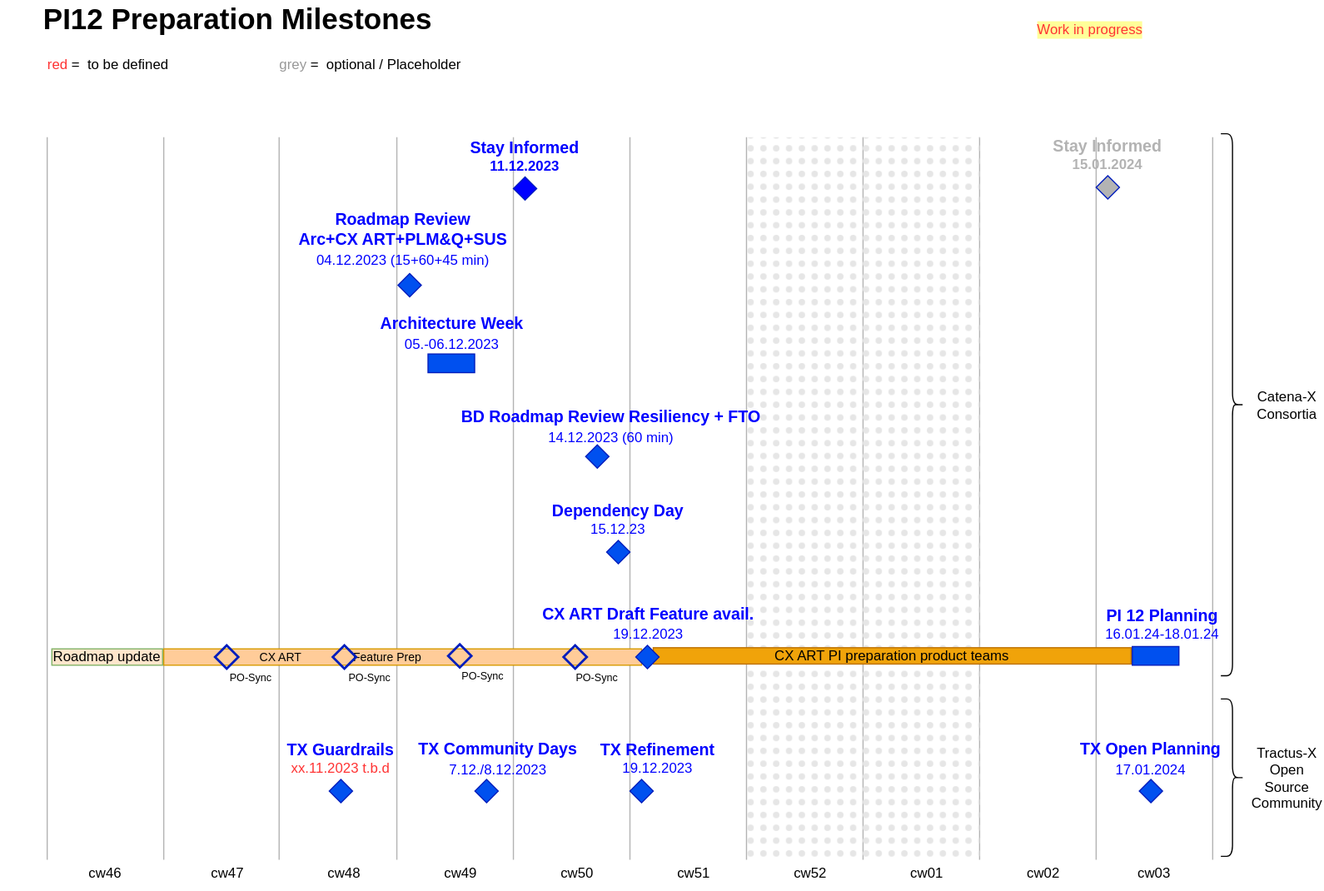
Above: PI12-Preparation-Timeline.drawio.svg in mabige/scratchpad (draw.io), before the change. Source tidied: cells renumbered, new cells last; positions are measured from the earlier drawing's top-left corner, leaving out a move shared by most shapes.
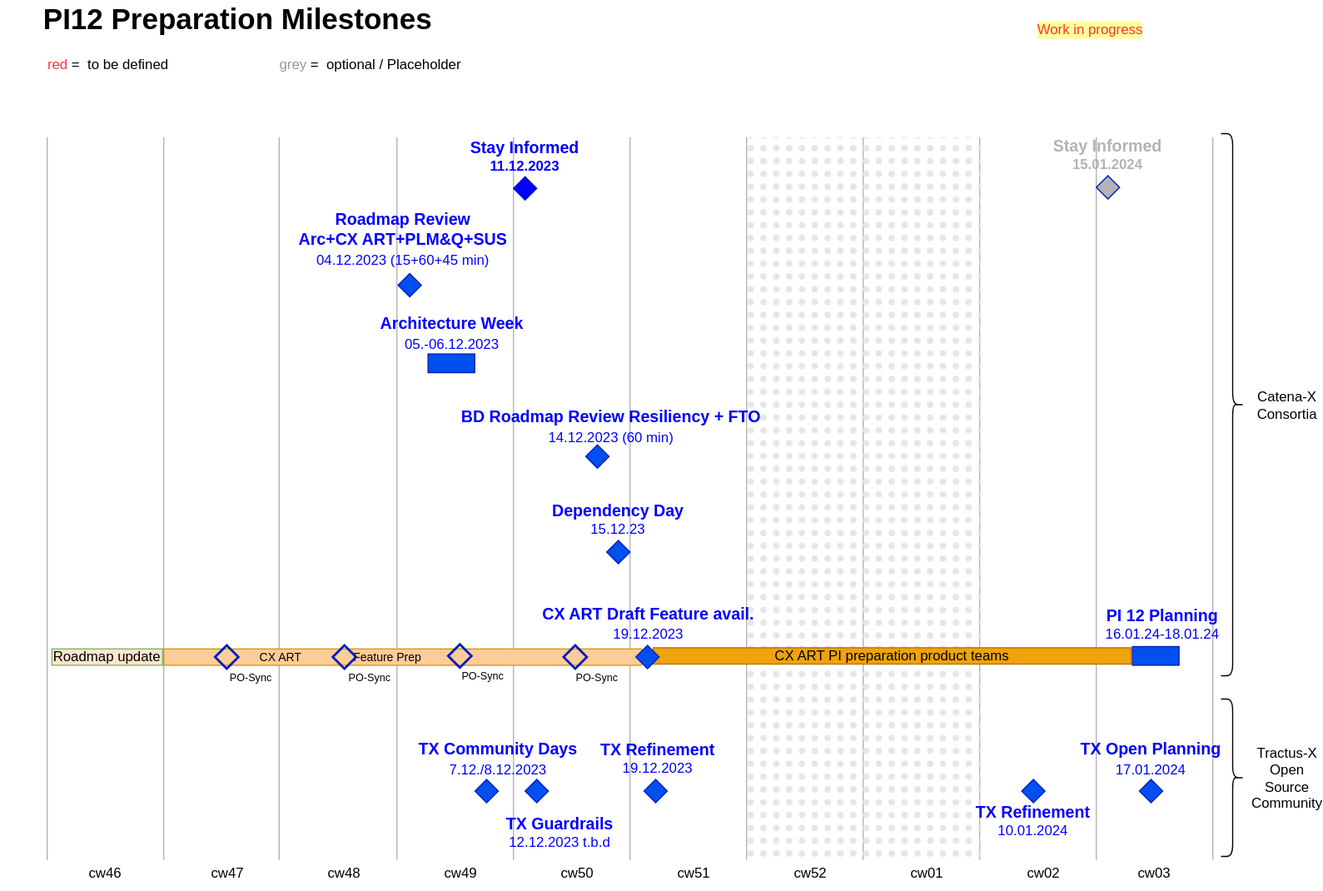
Above is the later version.

Commit message:
Adapt TX open Planning information

What changed in the source:
```diff
@@ -134,11 +134,11 @@
     <mxCell id="34" value="&lt;div&gt;&lt;font style=&quot;font-size: 14px;&quot;&gt;TX Refinement&lt;/font&gt;&lt;font style=&quot;font-size: 14px;&quot;&gt;&lt;br&gt;&lt;/font&gt;&lt;font style=&quot;font-size: 12px; font-weight: normal;&quot;&gt;19.12.2023&lt;/font&gt;&lt;font style=&quot;font-size: 12px; font-weight: normal;&quot;&gt;&lt;font style=&quot;font-size: 12px;&quot;&gt;&lt;br&gt;&lt;/font&gt;&lt;/font&gt;&lt;/div&gt;" style="text;html=1;strokeColor=none;fillColor=none;align=center;verticalAlign=middle;whiteSpace=wrap;rounded=0;fontStyle=1;fontColor=#0000FF;" parent="1" vertex="1">
       <mxGeometry x="504" y="635" width="120" height="30" as="geometry" />
     </mxCell>
-    <mxCell id="35" value="&lt;div&gt;&lt;font style=&quot;font-size: 14px;&quot;&gt;TX Guardrails&lt;/font&gt;&lt;font style=&quot;font-size: 14px;&quot;&gt;&lt;br&gt;&lt;/font&gt;&lt;font color=&quot;#ff3333&quot; style=&quot;font-size: 12px;&quot;&gt;&lt;span style=&quot;font-weight: normal;&quot;&gt;xx.11.2023&lt;/span&gt;&lt;font style=&quot;font-size: 12px;&quot;&gt;&lt;span style=&quot;font-weight: normal;&quot;&gt; t.b.d&lt;/span&gt;&lt;br&gt;&lt;/font&gt;&lt;/font&gt;&lt;/div&gt;" style="text;html=1;strokeColor=none;fillColor=none;align=center;verticalAlign=middle;whiteSpace=wrap;rounded=0;fontStyle=1;fontColor=#0000FF;" parent="1" vertex="1">
-      <mxGeometry x="232" y="635" width="120" height="30" as="geometry" />
+    <mxCell id="35" value="&lt;div&gt;&lt;font style=&quot;font-size: 14px;&quot;&gt;TX Guardrails&lt;/font&gt;&lt;font style=&quot;font-size: 14px;&quot;&gt;&lt;br&gt;&lt;/font&gt;&lt;font style=&quot;font-size: 12px;&quot;&gt;&lt;span style=&quot;font-weight: normal;&quot;&gt;12.12.2023&lt;/span&gt;&lt;font style=&quot;font-size: 12px;&quot;&gt;&lt;span style=&quot;font-weight: normal;&quot;&gt; t.b.d&lt;/span&gt;&lt;br&gt;&lt;/font&gt;&lt;/font&gt;&lt;/div&gt;" style="text;html=1;strokeColor=none;fillColor=none;align=center;verticalAlign=middle;whiteSpace=wrap;rounded=0;fontStyle=1;fontColor=#0000FF;" parent="1" vertex="1">
+      <mxGeometry x="420" y="698" width="120" height="30" as="geometry" />
     </mxCell>
     <mxCell id="36" style="rhombus;whiteSpace=wrap;html=1;fillColor=#0050ef;fontColor=#ffffff;strokeColor=#001DBC;" parent="1" vertex="1">
-      <mxGeometry x="282" y="668" width="20" height="20" as="geometry" />
+      <mxGeometry x="450" y="668" width="20" height="20" as="geometry" />
     </mxCell>
     <mxCell id="37" value="&lt;div style=&quot;font-size: 14px;&quot;&gt;TX Community Days&lt;font style=&quot;font-size: 12px;&quot;&gt;&lt;br&gt;&lt;span style=&quot;font-weight: normal;&quot;&gt;7.12./8.12.2023&lt;/span&gt;&lt;/font&gt;&lt;font style=&quot;font-size: 12px;&quot;&gt;&lt;font style=&quot;font-size: 12px;&quot;&gt;&lt;br&gt;&lt;/font&gt;&lt;/font&gt;&lt;/div&gt;" style="text;html=1;strokeColor=none;fillColor=none;align=center;verticalAlign=middle;whiteSpace=wrap;rounded=0;fontStyle=1;fontColor=#0000FF;" parent="1" vertex="1">
       <mxGeometry x="357" y="635" width="140" height="30" as="geometry" />
@@ -207,7 +207,7 @@
       <mxGeometry x="341" y="234" width="20" height="20" as="geometry" />
     </mxCell>
     <mxCell id="59" style="rhombus;whiteSpace=wrap;html=1;fillColor=#0050ef;fontColor=#ffffff;strokeColor=#001DBC;" parent="1" vertex="1">
-      <mxGeometry x="540" y="668" width="20" height="20" as="geometry" />
+      <mxGeometry x="552" y="668" width="20" height="20" as="geometry" />
     </mxCell>
     <mxCell id="60" value="&lt;div&gt;&lt;font style=&quot;font-size: 14px;&quot;&gt;Stay Informed&lt;br&gt;&lt;/font&gt;&lt;font style=&quot;font-size: 12px;&quot;&gt;11.12.2023&lt;font style=&quot;font-size: 12px;&quot;&gt;&lt;br&gt;&lt;/font&gt;&lt;/font&gt;&lt;/div&gt;" style="text;html=1;strokeColor=none;fillColor=none;align=center;verticalAlign=middle;whiteSpace=wrap;rounded=0;fontStyle=1;fontColor=#0000FF;" parent="1" vertex="1">
       <mxGeometry x="390" y="118" width="120" height="30" as="geometry" />
@@ -233,5 +233,11 @@
     <mxCell id="67" value="Tractus-X&lt;br&gt;Open Source Community" style="text;html=1;strokeColor=none;fillColor=none;align=center;verticalAlign=middle;whiteSpace=wrap;rounded=0;" parent="1" vertex="1">
       <mxGeometry x="1074" y="651.5" width="60" height="30" as="geometry" />
     </mxCell>
+    <mxCell id="68" value="&lt;div&gt;&lt;font style=&quot;font-size: 14px;&quot;&gt;TX Refinement&lt;/font&gt;&lt;font style=&quot;font-size: 14px;&quot;&gt;&lt;br&gt;&lt;/font&gt;&lt;font style=&quot;font-size: 12px; font-weight: normal;&quot;&gt;10.01.2024&lt;/font&gt;&lt;font style=&quot;font-size: 12px; font-weight: normal;&quot;&gt;&lt;font style=&quot;font-size: 12px;&quot;&gt;&lt;br&gt;&lt;/font&gt;&lt;/font&gt;&lt;/div&gt;" style="text;html=1;strokeColor=none;fillColor=none;align=center;verticalAlign=middle;whiteSpace=wrap;rounded=0;fontStyle=1;fontColor=#0000FF;" parent="1" vertex="1">
+      <mxGeometry x="826" y="688" width="120" height="30" as="geometry" />
+    </mxCell>
+    <mxCell id="69" style="rhombus;whiteSpace=wrap;html=1;fillColor=#0050ef;fontColor=#ffffff;strokeColor=#001DBC;" parent="1" vertex="1">
+      <mxGeometry x="876" y="668" width="20" height="20" as="geometry" />
+    </mxCell>
   </root>
 </mxGraphModel>
```
